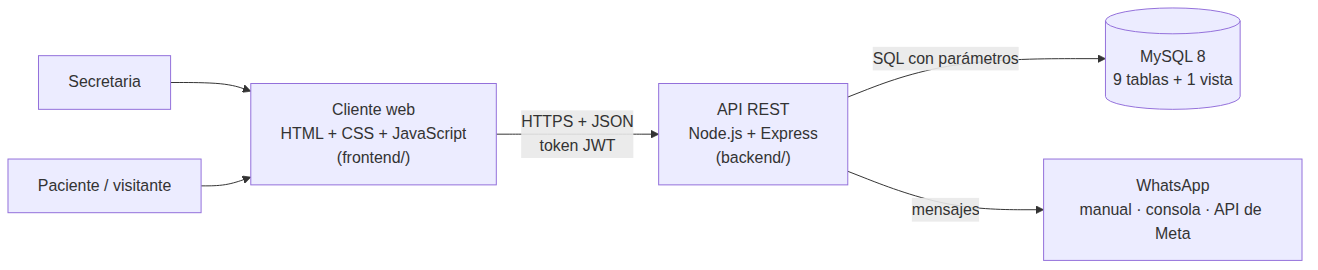
Above: docs/03-diseno/arquitectura.png in emmanuelartunduagach-hue/arte-odontologico (Mermaid), before the change. Its source is kept beside it as docs/03-diseno/arquitectura.mmd.
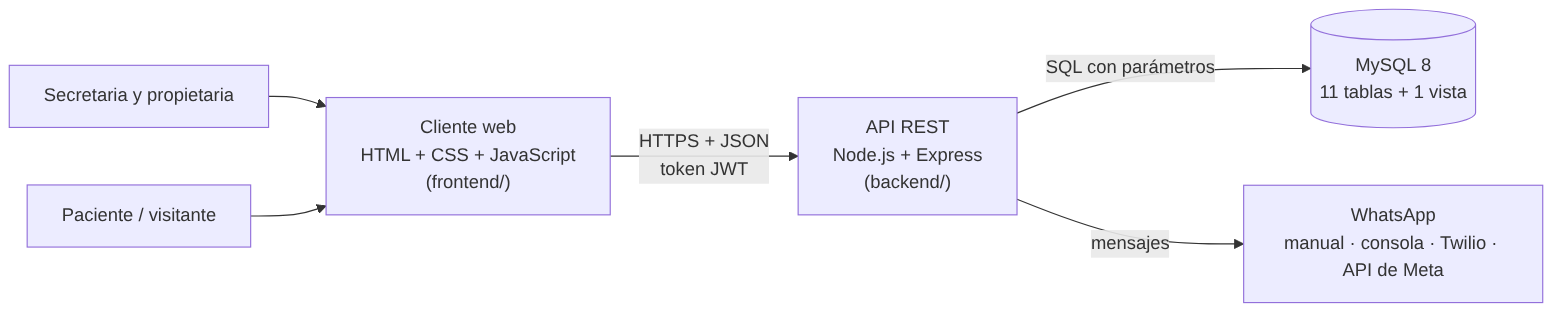
The same file after the commit.

Diff of the diagram source:
```diff
@@ -1,6 +1,6 @@
 flowchart LR
     C["Cliente web<br/>HTML + CSS + JavaScript<br/>(frontend/)"] -- "HTTPS + JSON<br/>token JWT" --> A["API REST<br/>Node.js + Express<br/>(backend/)"]
-    A -- "SQL con parámetros" --> D[("MySQL 8<br/>9 tablas + 1 vista")]
-    A -- "mensajes" --> W["WhatsApp<br/>manual · consola · API de Meta"]
-    S["Secretaria"] --> C
+    A -- "SQL con parámetros" --> D[("MySQL 8<br/>11 tablas + 1 vista")]
+    A -- "mensajes" --> W["WhatsApp<br/>manual · consola · Twilio · API de Meta"]
+    S["Secretaria y propietaria"] --> C
     P["Paciente / visitante"] --> C
```
